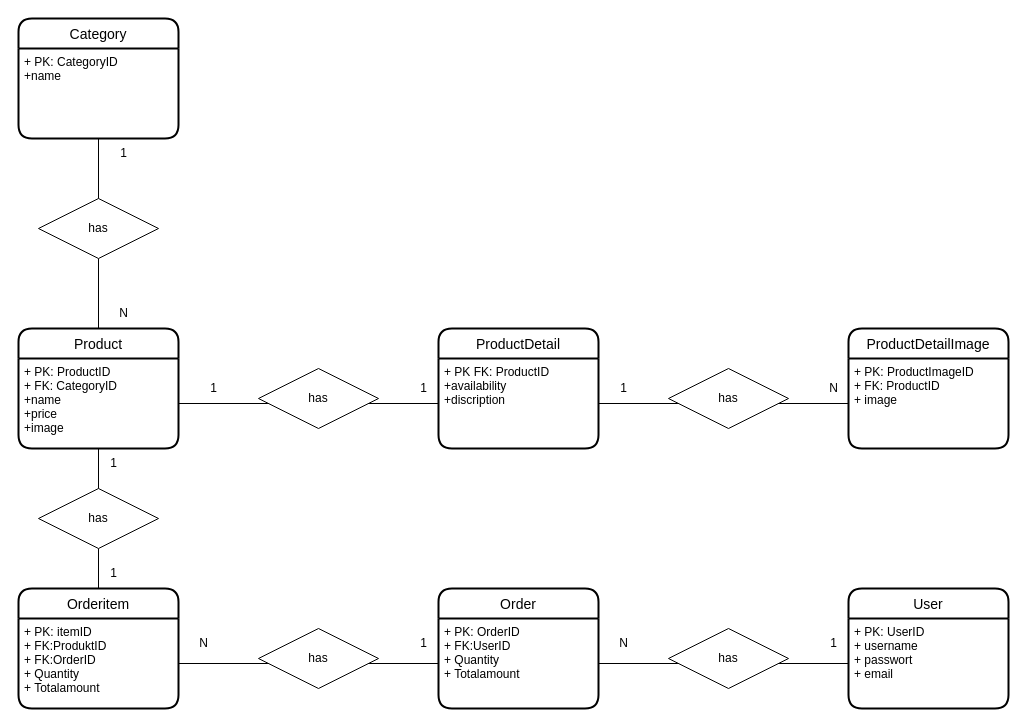
The draw.io diagram goodiesDataStructure.drawio in soufianbenafia/Goodies, before the edit. Source tidied: cells renumbered, new cells numbered last; positions are measured from the earlier drawing's top-left corner, leaving out a move shared by most shapes. Both pictures are drawn from the tidied source at 100%, with x=0, y=0 at pixel (18, 18).
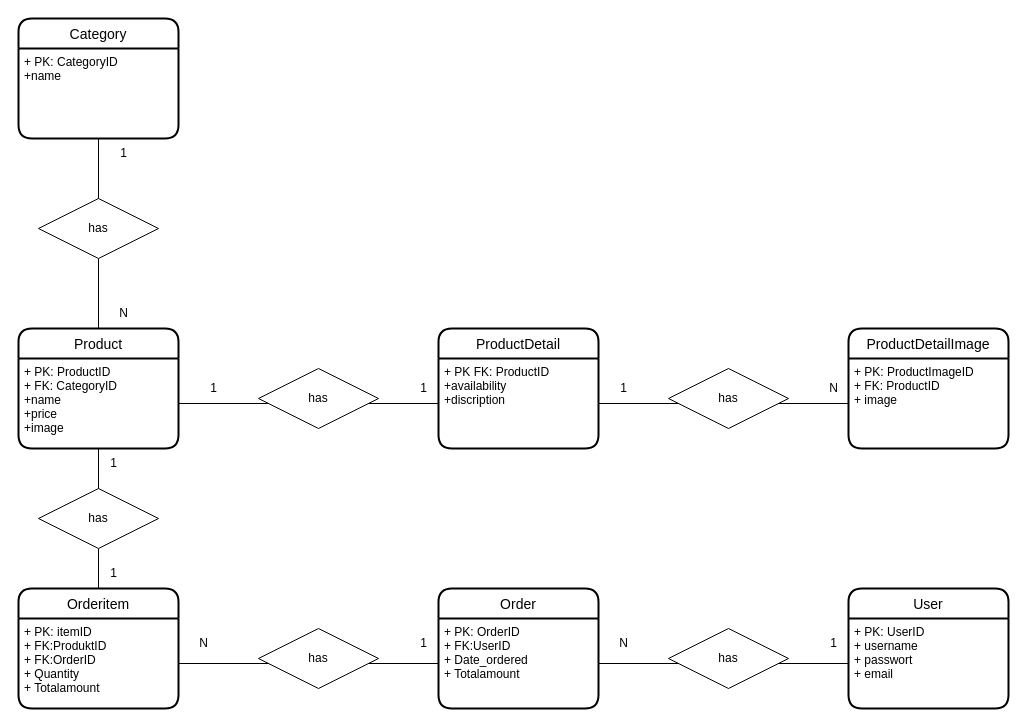
The same page after the edit.

The change refers to these unchanged cells:
```xml
<mxCell id="30" value="Order" style="swimlane;horizontal=1;startSize=30;rounded=1;fontSize=14;fontStyle=0;strokeWidth=2;shadow=0;dashed=0;align=center;" parent="1" vertex="1">
  <mxGeometry x="420" y="570" width="160" height="120" as="geometry" />
</mxCell>
```

Change to the diagram source:
```diff
@@
-    <mxCell id="31" value="+ PK: OrderID&#10;+ FK:UserID&#10;+ Quantity&#10;+ Totalamount&#10;" style="align=left;strokeColor=none;fillColor=none;spacingLeft=4;fontSize=12;verticalAlign=top;" parent="30" vertex="1">
+    <mxCell id="31" value="+ PK: OrderID&#10;+ FK:UserID&#10;+ Date_ordered&#10;+ Totalamount&#10;" style="align=left;strokeColor=none;fillColor=none;spacingLeft=4;fontSize=12;verticalAlign=top;" parent="30" vertex="1">
       <mxGeometry y="30" width="160" height="90" as="geometry" />
     </mxCell>
```
